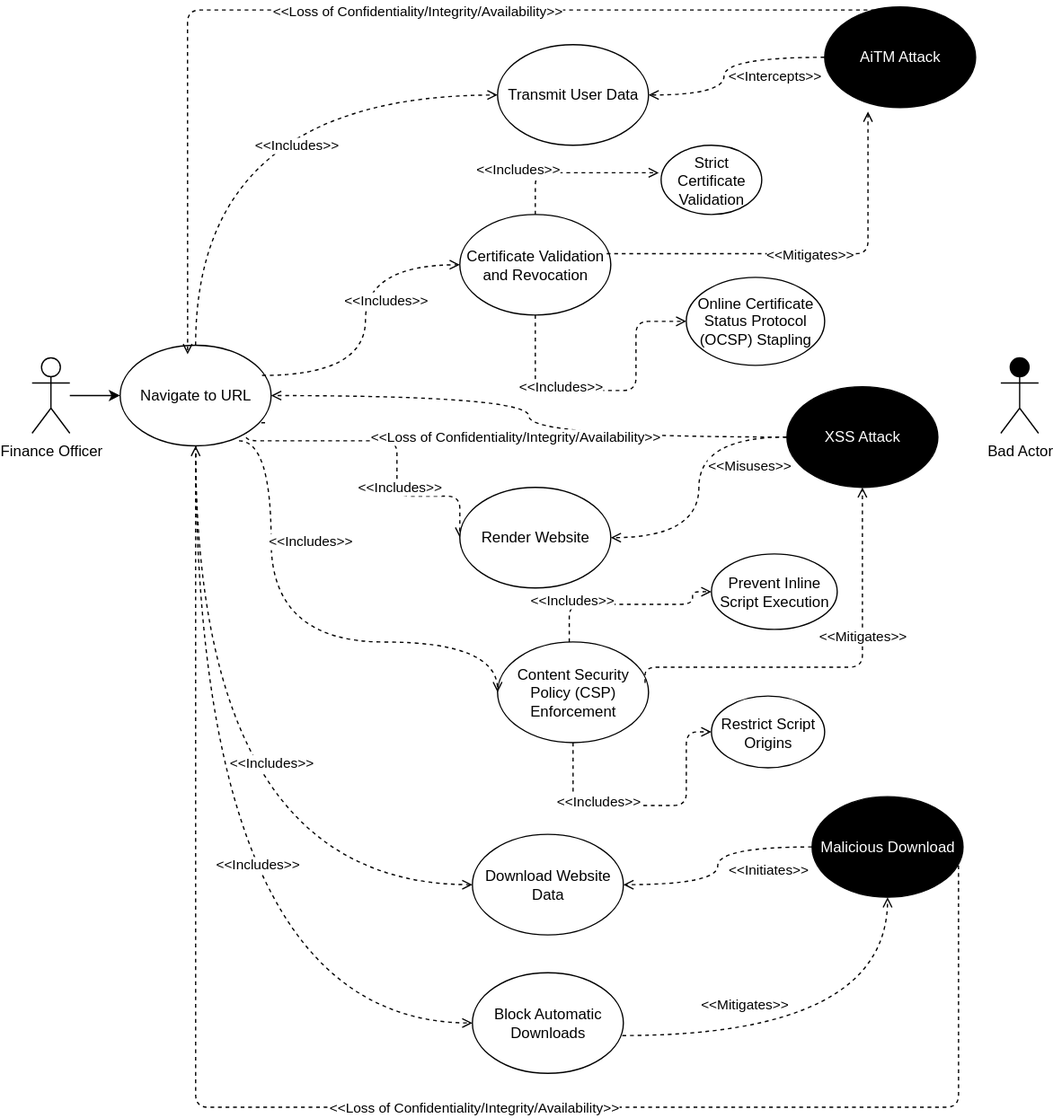
chauler/CYBR8420-Team5-Project keeps this draw.io diagram as docs/UseCase_Navigate_to_URL.svg. Above is the earlier version. Source tidied: cells renumbered, new cells last; positions are measured from the earlier drawing's top-left corner, leaving out a move shared by most shapes.
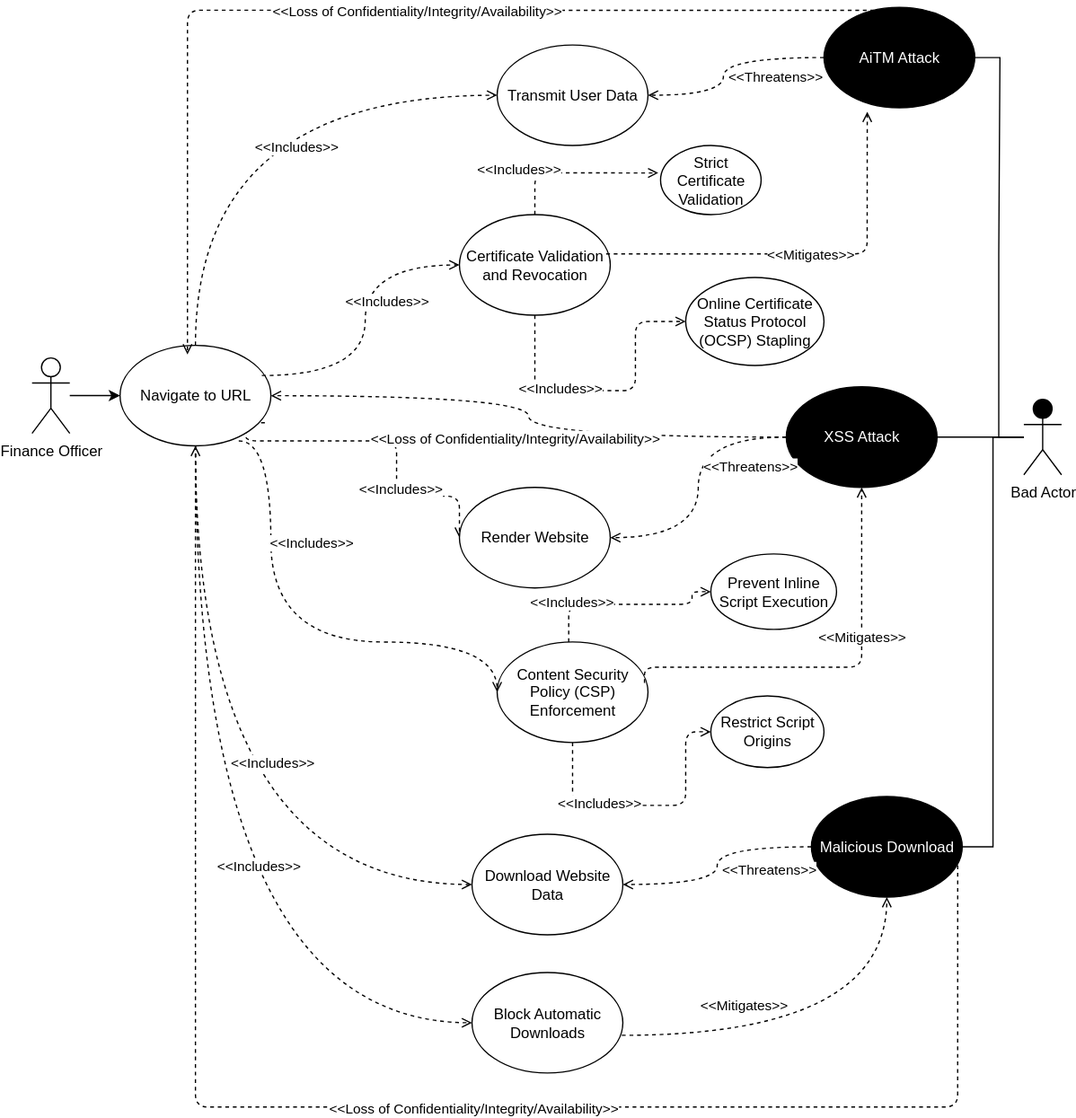
After the change.

Commit message:
corrected use case verbs and line from bad actor

Diff of the diagram source:
```diff
@@ -34,8 +34,17 @@
     <mxCell id="8" value="&lt;font style=&quot;color: rgb(0, 0, 0);&quot;&gt;Navigate to URL&lt;/font&gt;" style="ellipse;whiteSpace=wrap;html=1;fillColor=#FFFFFF;fillStyle=solid;" parent="1" vertex="1">
       <mxGeometry x="70" y="269" width="120" height="80" as="geometry" />
     </mxCell>
+    <mxCell id="58" style="edgeStyle=orthogonalEdgeStyle;rounded=0;jettySize=auto;html=1;endArrow=none;endFill=0;" parent="1" edge="1" source="9" target="10">
+      <mxGeometry relative="1" as="geometry" />
+    </mxCell>
+    <mxCell id="59" style="edgeStyle=orthogonalEdgeStyle;rounded=0;jettySize=auto;html=1;entryX=1;entryY=0.5;entryDx=0;entryDy=0;endArrow=none;endFill=0;" parent="1" edge="1" source="9" target="24">
+      <mxGeometry relative="1" as="geometry" />
+    </mxCell>
+    <mxCell id="60" style="edgeStyle=orthogonalEdgeStyle;rounded=0;jettySize=auto;html=1;entryX=1;entryY=0.5;entryDx=0;entryDy=0;endArrow=none;endFill=0;" parent="1" edge="1" source="9" target="21">
+      <mxGeometry relative="1" as="geometry" />
+    </mxCell>
     <mxCell id="9" value="Bad Actor" style="shape=umlActor;verticalLabelPosition=bottom;verticalAlign=top;html=1;outlineConnect=0;fillColor=#000000;" parent="1" vertex="1">
-      <mxGeometry x="770" y="279" width="30" height="60" as="geometry" />
+      <mxGeometry x="789" y="312" width="30" height="60" as="geometry" />
     </mxCell>
     <mxCell id="10" value="XSS Attack" style="ellipse;whiteSpace=wrap;html=1;fillColor=#000000;fontColor=#FFFFFF;" parent="1" vertex="1">
       <mxGeometry x="600" y="302" width="120" height="80" as="geometry" />
@@ -43,7 +52,7 @@
     <mxCell id="11" style="edgeStyle=orthogonalEdgeStyle;rounded=1;jettySize=auto;html=1;dashed=1;strokeWidth=1;endFill=0;endArrow=open;curved=1;exitX=0;exitY=0.5;exitDx=0;exitDy=0;entryX=1;entryY=0.5;entryDx=0;entryDy=0;" parent="1" edge="1" source="10" target="7">
       <mxGeometry relative="1" as="geometry" />
     </mxCell>
-    <mxCell id="12" value="&amp;lt;&amp;lt;Misuses&amp;gt;&amp;gt;" style="edgeLabel;html=1;align=center;verticalAlign=middle;" parent="11" vertex="1">
+    <mxCell id="12" value="&amp;lt;&amp;lt;Threatens&amp;gt;&amp;gt;" style="edgeLabel;html=1;align=center;verticalAlign=middle;" parent="11" vertex="1">
       <mxGeometry x="0.08" y="1" relative="1" as="geometry">
         <mxPoint x="39" y="-26" as="offset" />
       </mxGeometry>
@@ -84,7 +93,7 @@
     <mxCell id="22" style="edgeStyle=orthogonalEdgeStyle;rounded=1;jettySize=auto;html=1;dashed=1;strokeWidth=1;endFill=0;endArrow=open;curved=1;exitX=0;exitY=0.5;exitDx=0;exitDy=0;entryX=1;entryY=0.5;entryDx=0;entryDy=0;" parent="1" edge="1" source="21" target="16">
       <mxGeometry relative="1" as="geometry" />
     </mxCell>
-    <mxCell id="23" value="&amp;lt;&amp;lt;Initiates&amp;gt;&amp;gt;" style="edgeLabel;html=1;align=center;verticalAlign=middle;" parent="22" vertex="1">
+    <mxCell id="23" value="&amp;lt;&amp;lt;Threatens&amp;gt;&amp;gt;" style="edgeLabel;html=1;align=center;verticalAlign=middle;" parent="22" vertex="1">
       <mxGeometry y="-1" relative="1" as="geometry">
         <mxPoint x="41" y="2" as="offset" />
       </mxGeometry>
@@ -100,7 +109,7 @@
         </Array>
       </mxGeometry>
     </mxCell>
-    <mxCell id="26" value="&amp;lt;&amp;lt;Intercepts&amp;gt;&amp;gt;" style="edgeLabel;html=1;align=center;verticalAlign=middle;" parent="25" vertex="1">
+    <mxCell id="26" value="&amp;lt;&amp;lt;Threatens&amp;gt;&amp;gt;" style="edgeLabel;html=1;align=center;verticalAlign=middle;" parent="25" vertex="1">
       <mxGeometry x="0.01" relative="1" as="geometry">
         <mxPoint x="40" y="9" as="offset" />
       </mxGeometry>
```
